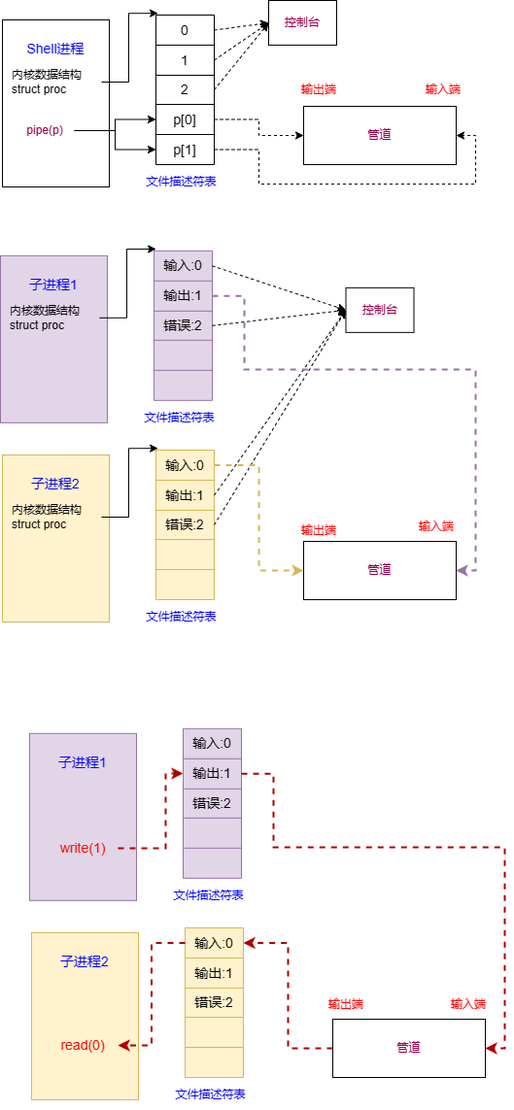
The draw.io diagram OS/管道的实现.drawio.png in SixPlusAndTimes/drawio, before a commit. Source tidied: cells renumbered, new cells last; positions are measured from the earlier drawing's top-left corner, leaving out a move shared by most shapes.
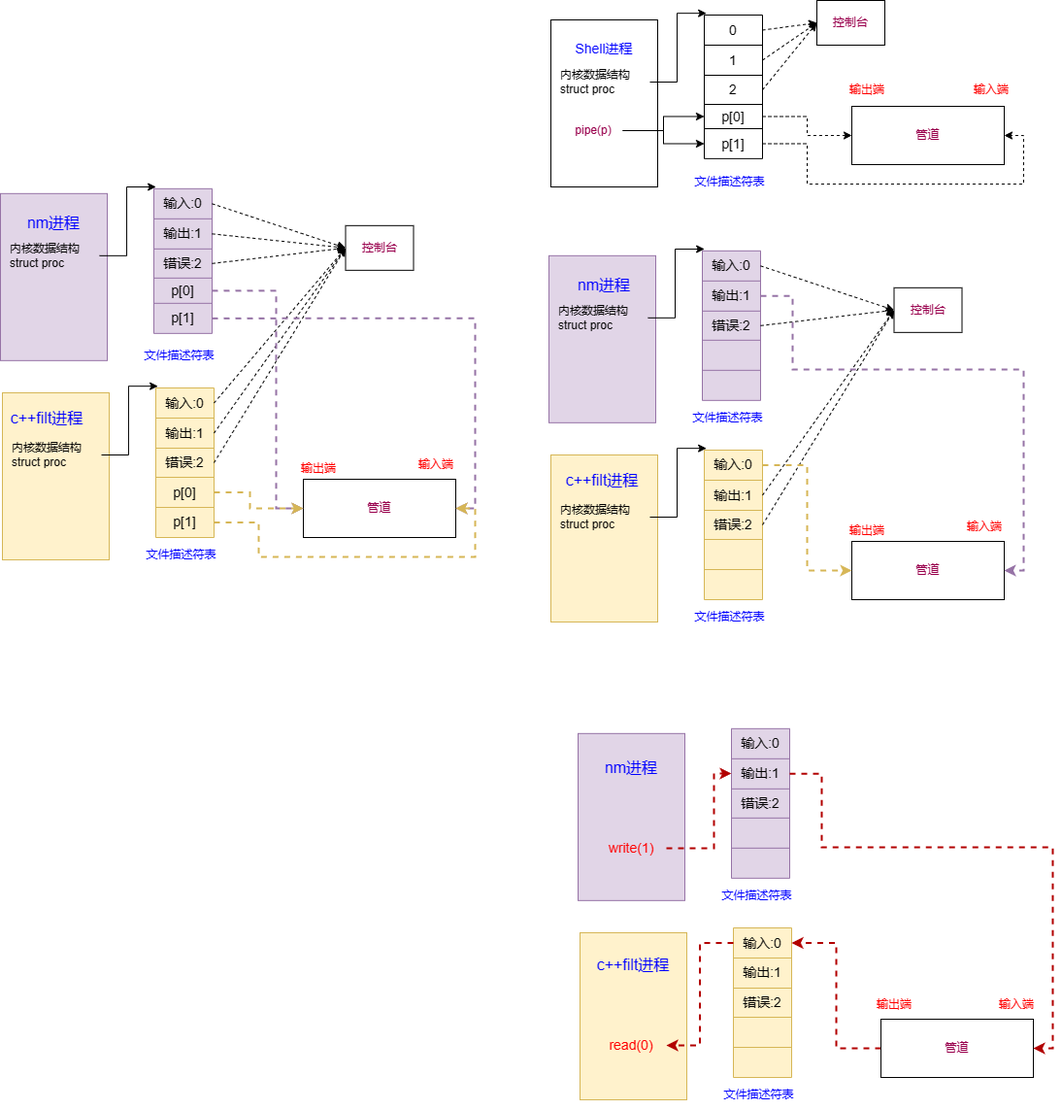
The same file after the commit.

Commit message:
更新管道的实现.drawio.png

Diff of the diagram source:
```diff
@@ -11,3 +11,3 @@
     <mxCell id="4" style="shape=table;startSize=0;fontSize=14;fontColor=#0000FF;" parent="1" vertex="1">
-      <mxGeometry x="160" y="15" width="60" height="154" as="geometry" />
+      <mxGeometry x="160" y="15" width="60" height="147.9" as="geometry" />
     </mxCell>
@@ -32,9 +32,9 @@
     <mxCell id="11" style="shape=tableRow;horizontal=0;startSize=0;swimlaneHead=0;swimlaneBody=0;strokeColor=inherit;top=0;left=0;bottom=0;right=0;fillColor=none;points=[[0,0.5],[1,0.5]];portConstraint=eastwest;fontSize=14;fontColor=#0000FF;" parent="4" vertex="1">
-      <mxGeometry y="92" width="60" height="31" as="geometry" />
+      <mxGeometry y="92" width="60" height="25" as="geometry" />
     </mxCell>
     <mxCell id="12" value="&lt;font color=&quot;#000000&quot;&gt;p[0]&lt;/font&gt;" style="shape=partialRectangle;html=1;whiteSpace=wrap;strokeColor=inherit;overflow=hidden;fillColor=none;top=0;left=0;bottom=0;right=0;fontSize=14;fontColor=#0000FF;" parent="11" vertex="1">
-      <mxGeometry width="60" height="31" as="geometry" />
+      <mxGeometry width="60" height="25" as="geometry" />
     </mxCell>
     <mxCell id="13" style="shape=tableRow;horizontal=0;startSize=0;swimlaneHead=0;swimlaneBody=0;strokeColor=inherit;top=0;left=0;bottom=0;right=0;fillColor=none;points=[[0,0.5],[1,0.5]];portConstraint=eastwest;fontSize=14;fontColor=#0000FF;" parent="4" vertex="1">
-      <mxGeometry y="123" width="60" height="31" as="geometry" />
+      <mxGeometry y="117" width="60" height="31" as="geometry" />
     </mxCell>
@@ -85,4 +85,4 @@
     </mxCell>
-    <mxCell id="29" value="&lt;font color=&quot;#0000ff&quot;&gt;&lt;span style=&quot;font-size: 14px;&quot;&gt;子进程2&lt;/span&gt;&lt;/font&gt;" style="text;html=1;strokeColor=none;fillColor=none;align=center;verticalAlign=middle;whiteSpace=wrap;rounded=0;" parent="1" vertex="1">
-      <mxGeometry x="21" y="483" width="72" height="30" as="geometry" />
+    <mxCell id="29" value="&lt;font color=&quot;#0000ff&quot; style=&quot;font-size: 16px;&quot;&gt;c++filt进程&lt;/font&gt;" style="text;html=1;strokeColor=none;fillColor=none;align=center;verticalAlign=middle;whiteSpace=wrap;rounded=0;" parent="1" vertex="1">
+      <mxGeometry x="15" y="479" width="80" height="30" as="geometry" />
     </mxCell>
@@ -145,5 +145,2 @@
     </mxCell>
-    <mxCell id="49" value="&lt;font color=&quot;#0000ff&quot;&gt;&lt;span style=&quot;font-size: 14px;&quot;&gt;子进程1&lt;/span&gt;&lt;/font&gt;" style="text;html=1;strokeColor=none;fillColor=none;align=center;verticalAlign=middle;whiteSpace=wrap;rounded=0;" parent="1" vertex="1">
-      <mxGeometry x="19" y="277.8" width="72" height="30" as="geometry" />
-    </mxCell>
     <mxCell id="50" style="shape=table;startSize=0;fontSize=14;fillColor=#e1d5e7;strokeColor=#9673a6;" parent="1" vertex="1">
@@ -224,5 +221,2 @@
     </mxCell>
-    <mxCell id="73" value="&lt;font color=&quot;#0000ff&quot;&gt;&lt;span style=&quot;font-size: 14px;&quot;&gt;子进程2&lt;/span&gt;&lt;/font&gt;" style="text;html=1;strokeColor=none;fillColor=none;align=center;verticalAlign=middle;whiteSpace=wrap;rounded=0;" parent="1" vertex="1">
-      <mxGeometry x="51" y="975" width="72" height="30" as="geometry" />
-    </mxCell>
     <mxCell id="74" style="shape=table;startSize=0;fontSize=14;fillColor=#fff2cc;strokeColor=#d6b656;" parent="1" vertex="1">
@@ -272,5 +266,2 @@
     </mxCell>
-    <mxCell id="89" value="&lt;font color=&quot;#0000ff&quot;&gt;&lt;span style=&quot;font-size: 14px;&quot;&gt;子进程1&lt;/span&gt;&lt;/font&gt;" style="text;html=1;strokeColor=none;fillColor=none;align=center;verticalAlign=middle;whiteSpace=wrap;rounded=0;" parent="1" vertex="1">
-      <mxGeometry x="49" y="769.8" width="72" height="30" as="geometry" />
-    </mxCell>
     <mxCell id="90" style="shape=table;startSize=0;fontSize=14;fillColor=#e1d5e7;strokeColor=#9673a6;" parent="1" vertex="1">
@@ -344,2 +335,159 @@
     </mxCell>
+    <mxCell id="109" style="rounded=0;whiteSpace=wrap;html=1;fillColor=#fff2cc;strokeColor=#d6b656;" parent="1" vertex="1">
+      <mxGeometry x="-563" y="404" width="110" height="172" as="geometry" />
+    </mxCell>
+    <mxCell id="110" style="shape=table;startSize=0;fontSize=14;fillColor=#fff2cc;strokeColor=#d6b656;" parent="1" vertex="1">
+      <mxGeometry x="-405" y="399" width="60" height="154" as="geometry" />
+    </mxCell>
+    <mxCell id="111" style="shape=tableRow;horizontal=0;startSize=0;swimlaneHead=0;swimlaneBody=0;strokeColor=inherit;top=0;left=0;bottom=0;right=0;fillColor=none;points=[[0,0.5],[1,0.5]];portConstraint=eastwest;fontSize=14;fontColor=#0000FF;" parent="110" vertex="1">
+      <mxGeometry width="60" height="31" as="geometry" />
+    </mxCell>
+    <mxCell id="112" value="&lt;font color=&quot;#000000&quot;&gt;输入:0&lt;/font&gt;" style="shape=partialRectangle;html=1;whiteSpace=wrap;strokeColor=inherit;overflow=hidden;fillColor=none;top=0;left=0;bottom=0;right=0;fontSize=14;fontColor=#0000FF;" parent="111" vertex="1">
+      <mxGeometry width="60" height="31" as="geometry" />
+    </mxCell>
+    <mxCell id="113" style="shape=tableRow;horizontal=0;startSize=0;swimlaneHead=0;swimlaneBody=0;strokeColor=inherit;top=0;left=0;bottom=0;right=0;fillColor=none;points=[[0,0.5],[1,0.5]];portConstraint=eastwest;fontSize=14;fontColor=#0000FF;" parent="110" vertex="1">
+      <mxGeometry y="31" width="60" height="31" as="geometry" />
+    </mxCell>
+    <mxCell id="114" value="&lt;font color=&quot;#000000&quot;&gt;输出:1&lt;/font&gt;" style="shape=partialRectangle;html=1;whiteSpace=wrap;strokeColor=inherit;overflow=hidden;fillColor=none;top=0;left=0;bottom=0;right=0;fontSize=14;fontColor=#0000FF;" parent="113" vertex="1">
+      <mxGeometry width="60" height="31" as="geometry" />
+    </mxCell>
+    <mxCell id="115" style="shape=tableRow;horizontal=0;startSize=0;swimlaneHead=0;swimlaneBody=0;strokeColor=inherit;top=0;left=0;bottom=0;right=0;fillColor=none;points=[[0,0.5],[1,0.5]];portConstraint=eastwest;fontSize=14;fontColor=#0000FF;" parent="110" vertex="1">
+      <mxGeometry y="62" width="60" height="30" as="geometry" />
+    </mxCell>
+    <mxCell id="116" value="&lt;font color=&quot;#000000&quot;&gt;错误:2&lt;/font&gt;" style="shape=partialRectangle;html=1;whiteSpace=wrap;strokeColor=inherit;overflow=hidden;fillColor=none;top=0;left=0;bottom=0;right=0;fontSize=14;fontColor=#0000FF;" parent="115" vertex="1">
+      <mxGeometry width="60" height="30" as="geometry" />
+    </mxCell>
+    <mxCell id="117" style="shape=tableRow;horizontal=0;startSize=0;swimlaneHead=0;swimlaneBody=0;strokeColor=inherit;top=0;left=0;bottom=0;right=0;fillColor=none;points=[[0,0.5],[1,0.5]];portConstraint=eastwest;fontSize=14;fontColor=#0000FF;" parent="110" vertex="1">
+      <mxGeometry y="92" width="60" height="31" as="geometry" />
+    </mxCell>
+    <mxCell id="118" value="&lt;font color=&quot;#000000&quot;&gt;p[0]&lt;/font&gt;" style="shape=partialRectangle;html=1;whiteSpace=wrap;strokeColor=inherit;overflow=hidden;fillColor=none;top=0;left=0;bottom=0;right=0;fontSize=14;fontColor=#0000FF;" parent="117" vertex="1">
+      <mxGeometry width="60" height="31" as="geometry" />
+    </mxCell>
+    <mxCell id="119" style="shape=tableRow;horizontal=0;startSize=0;swimlaneHead=0;swimlaneBody=0;strokeColor=inherit;top=0;left=0;bottom=0;right=0;fillColor=none;points=[[0,0.5],[1,0.5]];portConstraint=eastwest;fontSize=14;fontColor=#0000FF;" parent="110" vertex="1">
+      <mxGeometry y="123" width="60" height="31" as="geometry" />
+    </mxCell>
+    <mxCell id="120" value="&lt;font color=&quot;#000000&quot;&gt;p[1]&lt;/font&gt;" style="shape=partialRectangle;html=1;whiteSpace=wrap;strokeColor=inherit;overflow=hidden;fillColor=none;top=0;left=0;bottom=0;right=0;fontSize=14;fontColor=#0000FF;" parent="119" vertex="1">
+      <mxGeometry width="60" height="31" as="geometry" />
+    </mxCell>
+    <mxCell id="121" value="&lt;font style=&quot;font-size: 12px;&quot; color=&quot;#0000ff&quot;&gt;文件描述符表&lt;/font&gt;" style="text;html=1;strokeColor=none;fillColor=none;align=center;verticalAlign=middle;whiteSpace=wrap;rounded=0;" parent="1" vertex="1">
+      <mxGeometry x="-420" y="556" width="83" height="30" as="geometry" />
+    </mxCell>
+    <mxCell id="122" style="edgeStyle=orthogonalEdgeStyle;rounded=0;jettySize=auto;html=1;exitX=1;exitY=0.5;exitDx=0;exitDy=0;entryX=0.036;entryY=-0.059;entryDx=0;entryDy=0;entryPerimeter=0;fontSize=12;fontColor=#000000;" parent="1" edge="1" source="123" target="111">
+      <mxGeometry relative="1" as="geometry" />
+    </mxCell>
+    <mxCell id="123" value="内核数据结构&lt;br&gt;struct proc" style="text;html=1;strokeColor=none;fillColor=none;align=left;verticalAlign=middle;whiteSpace=wrap;rounded=0;fontSize=12;fontColor=#000000;" parent="1" vertex="1">
+      <mxGeometry x="-555" y="453" width="94" height="30" as="geometry" />
+    </mxCell>
+    <mxCell id="124" value="管道" style="rounded=0;whiteSpace=wrap;html=1;fontSize=12;fontColor=#99004D;" parent="1" vertex="1">
+      <mxGeometry x="-253" y="493" width="157" height="60" as="geometry" />
+    </mxCell>
+    <mxCell id="125" value="控制台" style="rounded=0;whiteSpace=wrap;html=1;fontSize=12;fontColor=#99004D;" parent="1" vertex="1">
+      <mxGeometry x="-209.5" y="231.8" width="70" height="46" as="geometry" />
+    </mxCell>
+    <mxCell id="126" style="rounded=0;jettySize=auto;html=1;exitX=1;exitY=0.5;exitDx=0;exitDy=0;fontSize=12;fontColor=#99004D;entryX=0;entryY=0.5;entryDx=0;entryDy=0;dashed=1;" parent="1" edge="1" source="113" target="125">
+      <mxGeometry relative="1" as="geometry" />
+    </mxCell>
+    <mxCell id="127" style="edgeStyle=none;rounded=0;jettySize=auto;html=1;exitX=1;exitY=0.5;exitDx=0;exitDy=0;entryX=0;entryY=0.5;entryDx=0;entryDy=0;dashed=1;fontSize=12;fontColor=#99004D;" parent="1" edge="1" source="115" target="125">
+      <mxGeometry relative="1" as="geometry" />
+    </mxCell>
+    <mxCell id="128" style="rounded=0;whiteSpace=wrap;html=1;fillColor=#e1d5e7;strokeColor=#9673a6;" parent="1" vertex="1">
+      <mxGeometry x="-565" y="198.8" width="110" height="172" as="geometry" />
+    </mxCell>
+    <mxCell id="129" value="&lt;font style=&quot;font-size: 16px;&quot; color=&quot;#0000ff&quot;&gt;nm进程&lt;/font&gt;" style="text;html=1;strokeColor=none;fillColor=none;align=center;verticalAlign=middle;whiteSpace=wrap;rounded=0;" parent="1" vertex="1">
+      <mxGeometry x="-546" y="213.8" width="72" height="30" as="geometry" />
+    </mxCell>
+    <mxCell id="130" style="shape=table;startSize=0;fontSize=14;fillColor=#e1d5e7;strokeColor=#9673a6;" parent="1" vertex="1">
+      <mxGeometry x="-407" y="193.8" width="60" height="149" as="geometry" />
+    </mxCell>
+    <mxCell id="131" style="shape=tableRow;horizontal=0;startSize=0;swimlaneHead=0;swimlaneBody=0;strokeColor=inherit;top=0;left=0;bottom=0;right=0;fillColor=none;points=[[0,0.5],[1,0.5]];portConstraint=eastwest;fontSize=14;fontColor=#0000FF;" parent="130" vertex="1">
+      <mxGeometry width="60" height="31" as="geometry" />
+    </mxCell>
+    <mxCell id="132" value="&lt;font color=&quot;#000000&quot;&gt;输入:0&lt;/font&gt;" style="shape=partialRectangle;html=1;whiteSpace=wrap;strokeColor=inherit;overflow=hidden;fillColor=none;top=0;left=0;bottom=0;right=0;fontSize=14;fontColor=#0000FF;" parent="131" vertex="1">
+      <mxGeometry width="60" height="31" as="geometry" />
+    </mxCell>
+    <mxCell id="133" style="shape=tableRow;horizontal=0;startSize=0;swimlaneHead=0;swimlaneBody=0;strokeColor=inherit;top=0;left=0;bottom=0;right=0;fillColor=none;points=[[0,0.5],[1,0.5]];portConstraint=eastwest;fontSize=14;fontColor=#0000FF;" parent="130" vertex="1">
+      <mxGeometry y="31" width="60" height="31" as="geometry" />
+    </mxCell>
+    <mxCell id="134" value="&lt;font color=&quot;#000000&quot;&gt;输出:1&lt;/font&gt;" style="shape=partialRectangle;html=1;whiteSpace=wrap;strokeColor=inherit;overflow=hidden;fillColor=none;top=0;left=0;bottom=0;right=0;fontSize=14;fontColor=#0000FF;" parent="133" vertex="1">
+      <mxGeometry width="60" height="31" as="geometry" />
+    </mxCell>
+    <mxCell id="135" style="shape=tableRow;horizontal=0;startSize=0;swimlaneHead=0;swimlaneBody=0;strokeColor=inherit;top=0;left=0;bottom=0;right=0;fillColor=none;points=[[0,0.5],[1,0.5]];portConstraint=eastwest;fontSize=14;fontColor=#0000FF;" parent="130" vertex="1">
+      <mxGeometry y="62" width="60" height="30" as="geometry" />
+    </mxCell>
+    <mxCell id="136" value="&lt;font color=&quot;#000000&quot;&gt;错误:2&lt;/font&gt;" style="shape=partialRectangle;html=1;whiteSpace=wrap;strokeColor=inherit;overflow=hidden;fillColor=none;top=0;left=0;bottom=0;right=0;fontSize=14;fontColor=#0000FF;" parent="135" vertex="1">
+      <mxGeometry width="60" height="30" as="geometry" />
+    </mxCell>
+    <mxCell id="137" style="shape=tableRow;horizontal=0;startSize=0;swimlaneHead=0;swimlaneBody=0;strokeColor=inherit;top=0;left=0;bottom=0;right=0;fillColor=none;points=[[0,0.5],[1,0.5]];portConstraint=eastwest;fontSize=14;fontColor=#0000FF;" parent="130" vertex="1">
+      <mxGeometry y="92" width="60" height="26" as="geometry" />
+    </mxCell>
+    <mxCell id="138" value="&lt;font color=&quot;#000000&quot;&gt;p[0]&lt;/font&gt;" style="shape=partialRectangle;html=1;whiteSpace=wrap;strokeColor=inherit;overflow=hidden;fillColor=none;top=0;left=0;bottom=0;right=0;fontSize=14;fontColor=#0000FF;" parent="137" vertex="1">
+      <mxGeometry width="60" height="26" as="geometry" />
+    </mxCell>
+    <mxCell id="139" style="shape=tableRow;horizontal=0;startSize=0;swimlaneHead=0;swimlaneBody=0;strokeColor=inherit;top=0;left=0;bottom=0;right=0;fillColor=none;points=[[0,0.5],[1,0.5]];portConstraint=eastwest;fontSize=14;fontColor=#0000FF;" parent="130" vertex="1">
+      <mxGeometry y="118" width="60" height="31" as="geometry" />
+    </mxCell>
+    <mxCell id="140" value="&lt;font color=&quot;#000000&quot;&gt;p[1]&lt;/font&gt;" style="shape=partialRectangle;html=1;whiteSpace=wrap;strokeColor=inherit;overflow=hidden;fillColor=none;top=0;left=0;bottom=0;right=0;fontSize=14;fontColor=#0000FF;" parent="139" vertex="1">
+      <mxGeometry width="60" height="31" as="geometry" />
+    </mxCell>
+    <mxCell id="141" value="&lt;font style=&quot;font-size: 12px;&quot; color=&quot;#0000ff&quot;&gt;文件描述符表&lt;/font&gt;" style="text;html=1;strokeColor=none;fillColor=none;align=center;verticalAlign=middle;whiteSpace=wrap;rounded=0;" parent="1" vertex="1">
+      <mxGeometry x="-422" y="350.8" width="83" height="30" as="geometry" />
+    </mxCell>
+    <mxCell id="142" style="edgeStyle=orthogonalEdgeStyle;rounded=0;jettySize=auto;html=1;exitX=1;exitY=0.5;exitDx=0;exitDy=0;entryX=0.036;entryY=-0.059;entryDx=0;entryDy=0;entryPerimeter=0;fontSize=12;fontColor=#000000;" parent="1" edge="1" source="143" target="131">
+      <mxGeometry relative="1" as="geometry" />
+    </mxCell>
+    <mxCell id="143" value="内核数据结构&lt;br&gt;struct proc" style="text;html=1;strokeColor=none;fillColor=none;align=left;verticalAlign=middle;whiteSpace=wrap;rounded=0;fontSize=12;fontColor=#000000;" parent="1" vertex="1">
+      <mxGeometry x="-557" y="247.8" width="94" height="30" as="geometry" />
+    </mxCell>
+    <mxCell id="144" style="rounded=0;jettySize=auto;html=1;exitX=1;exitY=0.5;exitDx=0;exitDy=0;entryX=0;entryY=0.5;entryDx=0;entryDy=0;dashed=1;fontSize=12;fontColor=#99004D;" parent="1" edge="1" source="131" target="125">
+      <mxGeometry relative="1" as="geometry" />
+    </mxCell>
+    <mxCell id="145" style="edgeStyle=none;rounded=0;jettySize=auto;html=1;exitX=1;exitY=0.5;exitDx=0;exitDy=0;dashed=1;fontSize=12;fontColor=#99004D;entryX=0;entryY=0.5;entryDx=0;entryDy=0;" parent="1" edge="1" source="135" target="125">
+      <mxGeometry relative="1" as="geometry" />
+    </mxCell>
+    <mxCell id="146" value="&lt;font color=&quot;#ff0000&quot;&gt;输出端&lt;/font&gt;" style="text;html=1;strokeColor=none;fillColor=none;align=center;verticalAlign=middle;whiteSpace=wrap;rounded=0;fontSize=12;fontColor=#000000;" parent="1" vertex="1">
+      <mxGeometry x="-267" y="467" width="60" height="30" as="geometry" />
+    </mxCell>
+    <mxCell id="147" value="&lt;font color=&quot;#ff0000&quot;&gt;输入端&lt;/font&gt;" style="text;html=1;strokeColor=none;fillColor=none;align=center;verticalAlign=middle;whiteSpace=wrap;rounded=0;fontSize=12;fontColor=#000000;" parent="1" vertex="1">
+      <mxGeometry x="-146" y="463" width="60" height="30" as="geometry" />
+    </mxCell>
+    <mxCell id="148" style="rounded=0;jettySize=auto;html=1;exitX=1;exitY=0.5;exitDx=0;exitDy=0;entryX=0;entryY=0.5;entryDx=0;entryDy=0;dashed=1;" parent="1" edge="1" source="133" target="125">
+      <mxGeometry relative="1" as="geometry" />
+    </mxCell>
+    <mxCell id="149" style="rounded=0;jettySize=auto;html=1;exitX=1;exitY=0.5;exitDx=0;exitDy=0;entryX=0;entryY=0.5;entryDx=0;entryDy=0;dashed=1;" parent="1" edge="1" source="111" target="125">
+      <mxGeometry relative="1" as="geometry" />
+    </mxCell>
+    <mxCell id="150" style="edgeStyle=orthogonalEdgeStyle;rounded=0;jettySize=auto;html=1;exitX=1;exitY=0.5;exitDx=0;exitDy=0;entryX=0;entryY=0.5;entryDx=0;entryDy=0;fillColor=#e1d5e7;strokeColor=#9673a6;strokeWidth=2;dashed=1;" parent="1" edge="1" source="137" target="124">
+      <mxGeometry relative="1" as="geometry">
+        <Array as="points">
+          <mxPoint x="-281" y="299" />
+          <mxPoint x="-281" y="523" />
+        </Array>
+      </mxGeometry>
+    </mxCell>
+    <mxCell id="151" style="edgeStyle=orthogonalEdgeStyle;rounded=0;jettySize=auto;html=1;exitX=1;exitY=0.5;exitDx=0;exitDy=0;entryX=1;entryY=0.5;entryDx=0;entryDy=0;fillColor=#e1d5e7;strokeColor=#9673a6;strokeWidth=2;dashed=1;" parent="1" edge="1" source="139" target="124">
+      <mxGeometry relative="1" as="geometry" />
+    </mxCell>
+    <mxCell id="152" style="edgeStyle=orthogonalEdgeStyle;rounded=0;jettySize=auto;html=1;exitX=1;exitY=0.5;exitDx=0;exitDy=0;entryX=0;entryY=0.5;entryDx=0;entryDy=0;strokeWidth=2;fillColor=#fff2cc;strokeColor=#d6b656;dashed=1;" parent="1" edge="1" source="117" target="124">
+      <mxGeometry relative="1" as="geometry">
+        <Array as="points">
+          <mxPoint x="-308" y="507" />
+          <mxPoint x="-308" y="523" />
+        </Array>
+      </mxGeometry>
+    </mxCell>
+    <mxCell id="153" style="edgeStyle=orthogonalEdgeStyle;rounded=0;jettySize=auto;html=1;exitX=1;exitY=0.5;exitDx=0;exitDy=0;entryX=1;entryY=0.5;entryDx=0;entryDy=0;fillColor=#fff2cc;strokeColor=#d6b656;strokeWidth=2;dashed=1;" parent="1" edge="1" source="119" target="124">
+      <mxGeometry relative="1" as="geometry" />
+    </mxCell>
+    <mxCell id="154" value="&lt;font style=&quot;font-size: 16px;&quot; color=&quot;#0000ff&quot;&gt;nm进程&lt;/font&gt;" style="text;html=1;strokeColor=none;fillColor=none;align=center;verticalAlign=middle;whiteSpace=wrap;rounded=0;" parent="1" vertex="1">
+      <mxGeometry x="21" y="277.8" width="72" height="30" as="geometry" />
+    </mxCell>
+    <mxCell id="155" value="&lt;font color=&quot;#0000ff&quot; style=&quot;font-size: 16px;&quot;&gt;c++filt进程&lt;/font&gt;" style="text;html=1;strokeColor=none;fillColor=none;align=center;verticalAlign=middle;whiteSpace=wrap;rounded=0;" parent="1" vertex="1">
+      <mxGeometry x="-557" y="414.8" width="80" height="30" as="geometry" />
+    </mxCell>
+    <mxCell id="156" value="&lt;font color=&quot;#0000ff&quot; style=&quot;font-size: 16px;&quot;&gt;c++filt进程&lt;/font&gt;" style="text;html=1;strokeColor=none;fillColor=none;align=center;verticalAlign=middle;whiteSpace=wrap;rounded=0;" parent="1" vertex="1">
+      <mxGeometry x="47" y="978" width="80" height="30" as="geometry" />
+    </mxCell>
+    <mxCell id="157" value="&lt;font style=&quot;font-size: 16px;&quot; color=&quot;#0000ff&quot;&gt;nm进程&lt;/font&gt;" style="text;html=1;strokeColor=none;fillColor=none;align=center;verticalAlign=middle;whiteSpace=wrap;rounded=0;" parent="1" vertex="1">
+      <mxGeometry x="49" y="775" width="72" height="30" as="geometry" />
+    </mxCell>
   </root>
```
